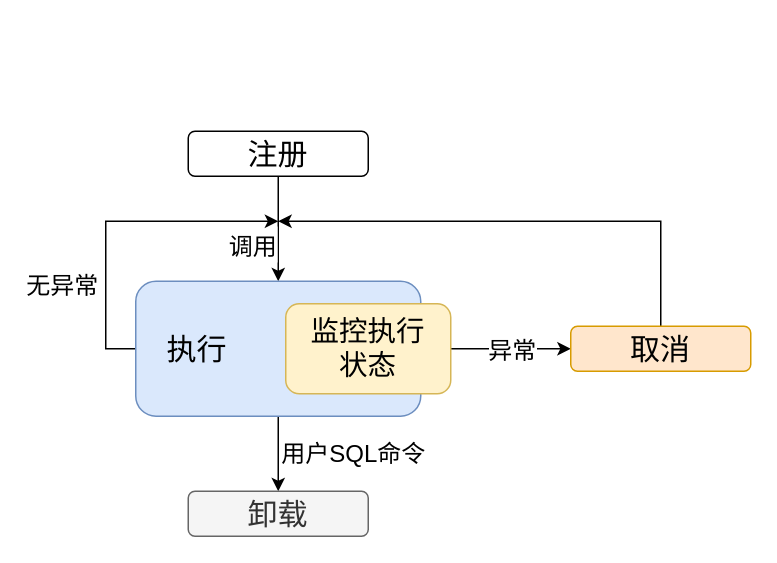
This is page "UDF生命周期管理" (9 of 17) of test.drawio from shinyano/drawio, a draw.io file, before an edit. Source tidied: cells renumbered, new cells numbered last; positions are measured from the earlier drawing's top-left corner, leaving out a move shared by most shapes. Both pictures are drawn from the tidied source at 150%, with x=0, y=0 at pixel (105, 130).
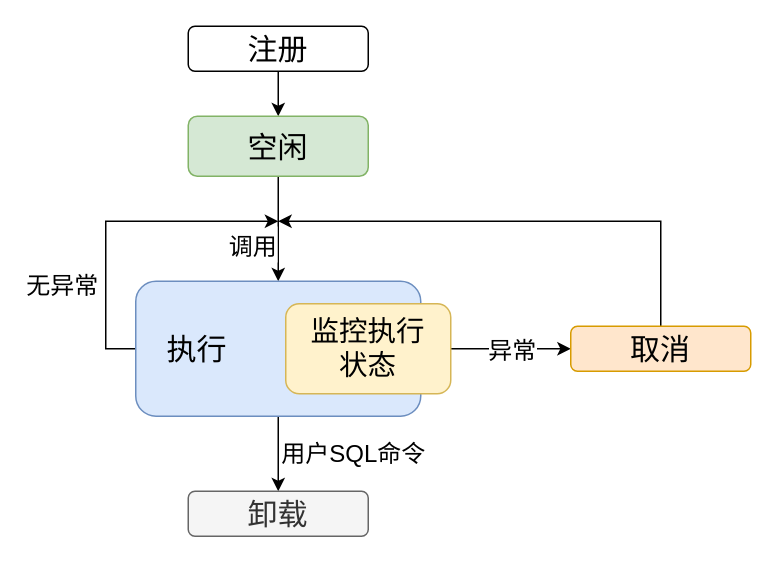
The same diagram, later.

Diff of the diagram source:
```diff
@@
-    <mxCell id="2" style="edgeStyle=orthogonalEdgeStyle;rounded=0;jettySize=auto;html=1;fontFamily=Helvetica;fontSize=20;fontColor=default;" parent="1" edge="1" source="4">
+    <mxCell id="2" style="edgeStyle=orthogonalEdgeStyle;rounded=0;jettySize=auto;html=1;fontFamily=Helvetica;fontSize=20;fontColor=default;exitX=0.5;exitY=1;exitDx=0;exitDy=0;" parent="1" edge="1" source="17">
       <mxGeometry relative="1" as="geometry">
         <mxPoint x="115" y="100" as="targetPoint" />
       </mxGeometry>
     </mxCell>
@@
+    <mxCell id="16" style="edgeStyle=orthogonalEdgeStyle;rounded=0;jettySize=auto;html=1;" parent="1" edge="1" source="4" target="17">
+      <mxGeometry relative="1" as="geometry" />
+    </mxCell>
     <mxCell id="4" value="注册" style="rounded=1;whiteSpace=wrap;html=1;fontSize=20;" parent="1" vertex="1">
-      <mxGeometry x="55" width="120" height="30" as="geometry" />
+      <mxGeometry x="55" y="-70" width="120" height="30" as="geometry" />
     </mxCell>
@@
+    <mxCell id="17" value="空闲" style="rounded=1;whiteSpace=wrap;html=1;fontSize=20;fillColor=#d5e8d4;strokeColor=#82b366;" parent="1" vertex="1">
+      <mxGeometry x="55" y="-10" width="120" height="40" as="geometry" />
+    </mxCell>
```
